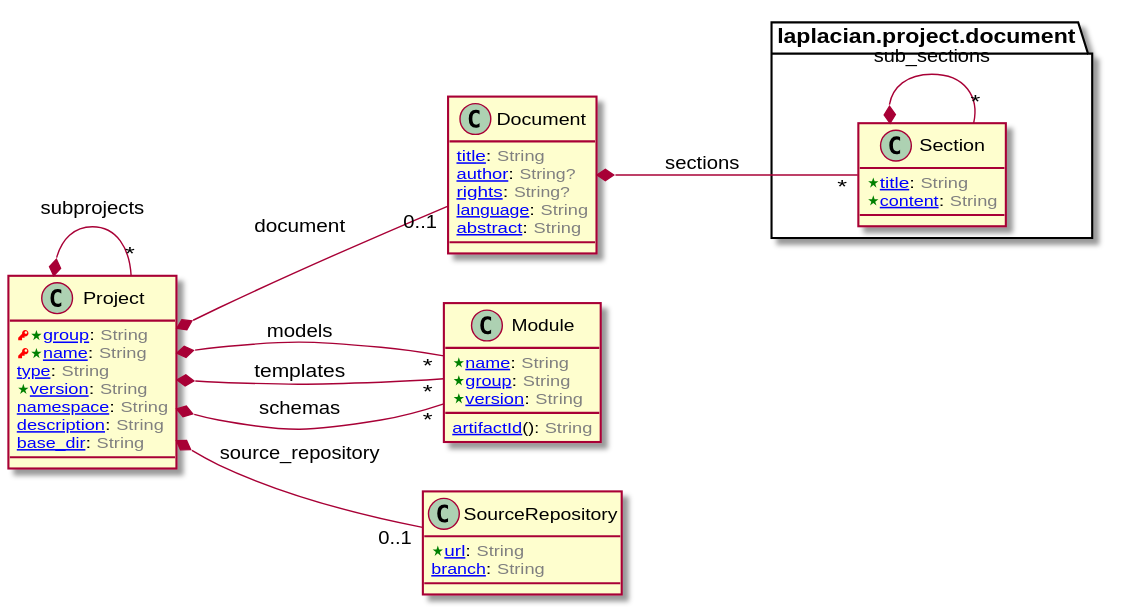
This is doc/image/model-diagram.svg from laplacian-core/project.domain-model, a PlantUML export, as it was before one commit.
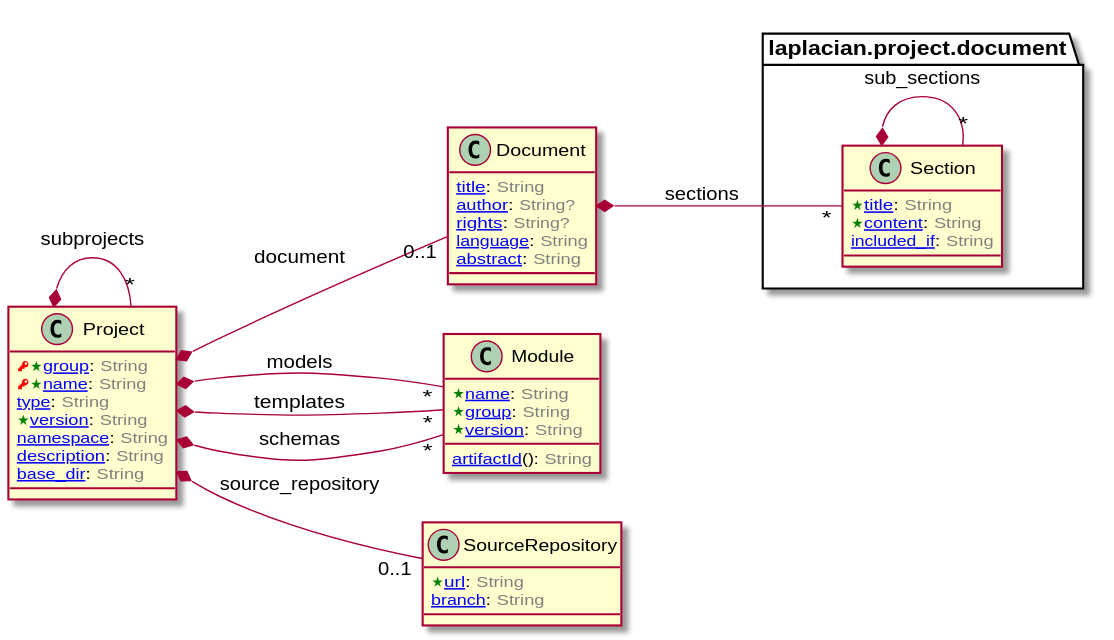
After the commit.

The edit, as a diff of the source:
```diff
@@ -28,6 +28,7 @@
 class Section [[/blob/master/doc/entities/Section.md]] {
   <color:Green><&star></color>[[/blob/master/doc/entities/Section.md#title-string title]]: <color:GRAY>String</color>
   <color:Green><&star></color>[[/blob/master/doc/entities/Section.md#content-string content]]: <color:GRAY>String</color>
+  [[/blob/master/doc/entities/Section.md#included_if-string included_if]]: <color:GRAY>String</color>
 }
 
 
```
